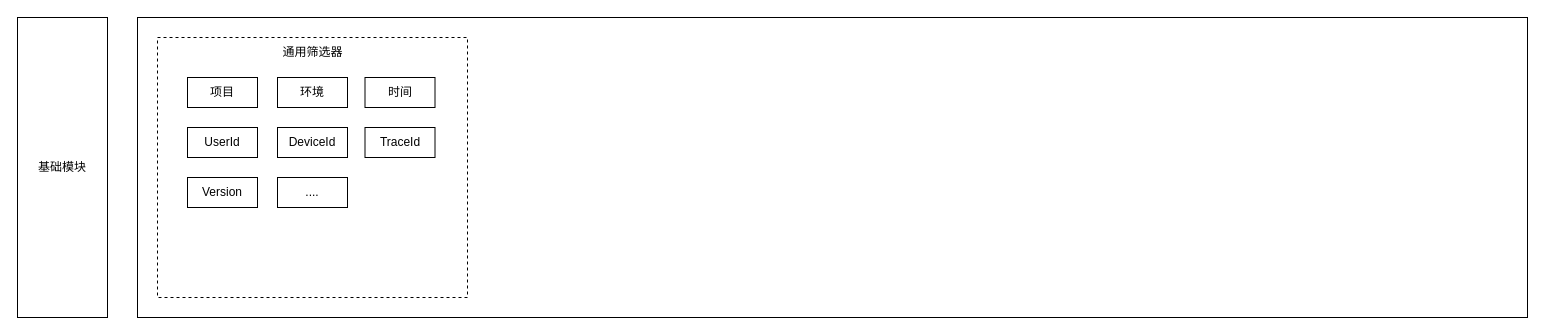
Before: worker/大盘可视化.drawio in TNT-Likely/diagrams, a draw.io diagram. Source tidied: cells renumbered, new cells numbered last; positions are measured from the earlier drawing's top-left corner, leaving out a move shared by most shapes. Both pictures are drawn from the tidied source at 100%, with x=0, y=0 at pixel (17, 17).
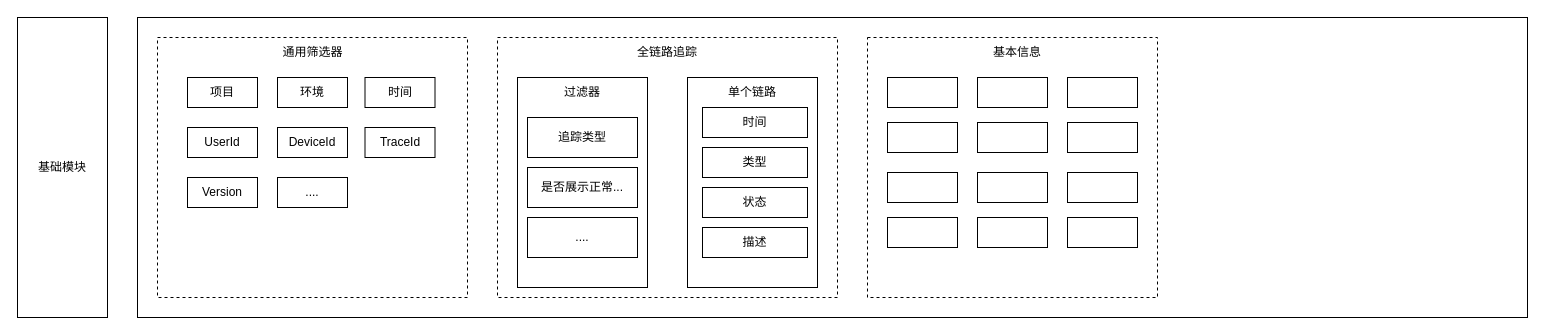
Above is the later version.

Commit message (it also covers changes not shown here):
更新大盘可视化.drawio

What changed in the source:
```diff
@@
+    <mxCell id="14" style="rounded=0;whiteSpace=wrap;html=1;dashed=1;" parent="1" vertex="1">
+      <mxGeometry x="480" y="20" width="340" height="260" as="geometry" />
+    </mxCell>
+    <mxCell id="15" value="全链路追踪" style="text;html=1;strokeColor=none;fillColor=none;align=center;verticalAlign=middle;whiteSpace=wrap;rounded=0;" parent="1" vertex="1">
+      <mxGeometry x="615" y="20" width="70" height="30" as="geometry" />
+    </mxCell>
+    <mxCell id="16" style="rounded=0;whiteSpace=wrap;html=1;" parent="1" vertex="1">
+      <mxGeometry x="500" y="60" width="130" height="210" as="geometry" />
+    </mxCell>
+    <mxCell id="17" value="过滤器" style="text;html=1;strokeColor=none;fillColor=none;align=center;verticalAlign=middle;whiteSpace=wrap;rounded=0;" parent="1" vertex="1">
+      <mxGeometry x="535" y="60" width="60" height="30" as="geometry" />
+    </mxCell>
+    <mxCell id="18" value="追踪类型" style="rounded=0;whiteSpace=wrap;html=1;" parent="1" vertex="1">
+      <mxGeometry x="510" y="100" width="110" height="40" as="geometry" />
+    </mxCell>
+    <mxCell id="19" value="是否展示正常..." style="rounded=0;whiteSpace=wrap;html=1;" parent="1" vertex="1">
+      <mxGeometry x="510" y="150" width="110" height="40" as="geometry" />
+    </mxCell>
+    <mxCell id="20" value="...." style="rounded=0;whiteSpace=wrap;html=1;" parent="1" vertex="1">
+      <mxGeometry x="510" y="200" width="110" height="40" as="geometry" />
+    </mxCell>
+    <mxCell id="21" style="rounded=0;whiteSpace=wrap;html=1;" parent="1" vertex="1">
+      <mxGeometry x="670" y="60" width="130" height="210" as="geometry" />
+    </mxCell>
+    <mxCell id="22" value="单个链路" style="text;html=1;strokeColor=none;fillColor=none;align=center;verticalAlign=middle;whiteSpace=wrap;rounded=0;" parent="1" vertex="1">
+      <mxGeometry x="705" y="60" width="60" height="30" as="geometry" />
+    </mxCell>
+    <mxCell id="23" value="时间" style="rounded=0;whiteSpace=wrap;html=1;" parent="1" vertex="1">
+      <mxGeometry x="685" y="90" width="105" height="30" as="geometry" />
+    </mxCell>
+    <mxCell id="24" value="类型" style="rounded=0;whiteSpace=wrap;html=1;" parent="1" vertex="1">
+      <mxGeometry x="685" y="130" width="105" height="30" as="geometry" />
+    </mxCell>
+    <mxCell id="25" value="状态" style="rounded=0;whiteSpace=wrap;html=1;" parent="1" vertex="1">
+      <mxGeometry x="685" y="170" width="105" height="30" as="geometry" />
+    </mxCell>
+    <mxCell id="26" value="描述" style="rounded=0;whiteSpace=wrap;html=1;" parent="1" vertex="1">
+      <mxGeometry x="685" y="210" width="105" height="30" as="geometry" />
+    </mxCell>
+    <mxCell id="27" style="rounded=0;whiteSpace=wrap;html=1;dashed=1;" parent="1" vertex="1">
+      <mxGeometry x="850" y="20" width="290" height="260" as="geometry" />
+    </mxCell>
+    <mxCell id="28" value="基本信息" style="text;html=1;strokeColor=none;fillColor=none;align=center;verticalAlign=middle;whiteSpace=wrap;rounded=0;" parent="1" vertex="1">
+      <mxGeometry x="970" y="20" width="60" height="30" as="geometry" />
+    </mxCell>
+    <mxCell id="29" style="rounded=0;whiteSpace=wrap;html=1;" parent="1" vertex="1">
+      <mxGeometry x="870" y="60" width="70" height="30" as="geometry" />
+    </mxCell>
+    <mxCell id="30" style="rounded=0;whiteSpace=wrap;html=1;" parent="1" vertex="1">
+      <mxGeometry x="960" y="60" width="70" height="30" as="geometry" />
+    </mxCell>
+    <mxCell id="31" style="rounded=0;whiteSpace=wrap;html=1;" parent="1" vertex="1">
+      <mxGeometry x="1050" y="60" width="70" height="30" as="geometry" />
+    </mxCell>
+    <mxCell id="32" style="rounded=0;whiteSpace=wrap;html=1;" parent="1" vertex="1">
+      <mxGeometry x="870" y="105" width="70" height="30" as="geometry" />
+    </mxCell>
+    <mxCell id="33" style="rounded=0;whiteSpace=wrap;html=1;" parent="1" vertex="1">
+      <mxGeometry x="960" y="105" width="70" height="30" as="geometry" />
+    </mxCell>
+    <mxCell id="34" style="rounded=0;whiteSpace=wrap;html=1;" parent="1" vertex="1">
+      <mxGeometry x="1050" y="105" width="70" height="30" as="geometry" />
+    </mxCell>
+    <mxCell id="35" style="rounded=0;whiteSpace=wrap;html=1;" parent="1" vertex="1">
+      <mxGeometry x="870" y="155" width="70" height="30" as="geometry" />
+    </mxCell>
+    <mxCell id="36" style="rounded=0;whiteSpace=wrap;html=1;" parent="1" vertex="1">
+      <mxGeometry x="960" y="155" width="70" height="30" as="geometry" />
+    </mxCell>
+    <mxCell id="37" style="rounded=0;whiteSpace=wrap;html=1;" parent="1" vertex="1">
+      <mxGeometry x="1050" y="155" width="70" height="30" as="geometry" />
+    </mxCell>
+    <mxCell id="38" style="rounded=0;whiteSpace=wrap;html=1;" parent="1" vertex="1">
+      <mxGeometry x="870" y="200" width="70" height="30" as="geometry" />
+    </mxCell>
+    <mxCell id="39" style="rounded=0;whiteSpace=wrap;html=1;" parent="1" vertex="1">
+      <mxGeometry x="960" y="200" width="70" height="30" as="geometry" />
+    </mxCell>
+    <mxCell id="40" style="rounded=0;whiteSpace=wrap;html=1;" parent="1" vertex="1">
+      <mxGeometry x="1050" y="200" width="70" height="30" as="geometry" />
+    </mxCell>
```
